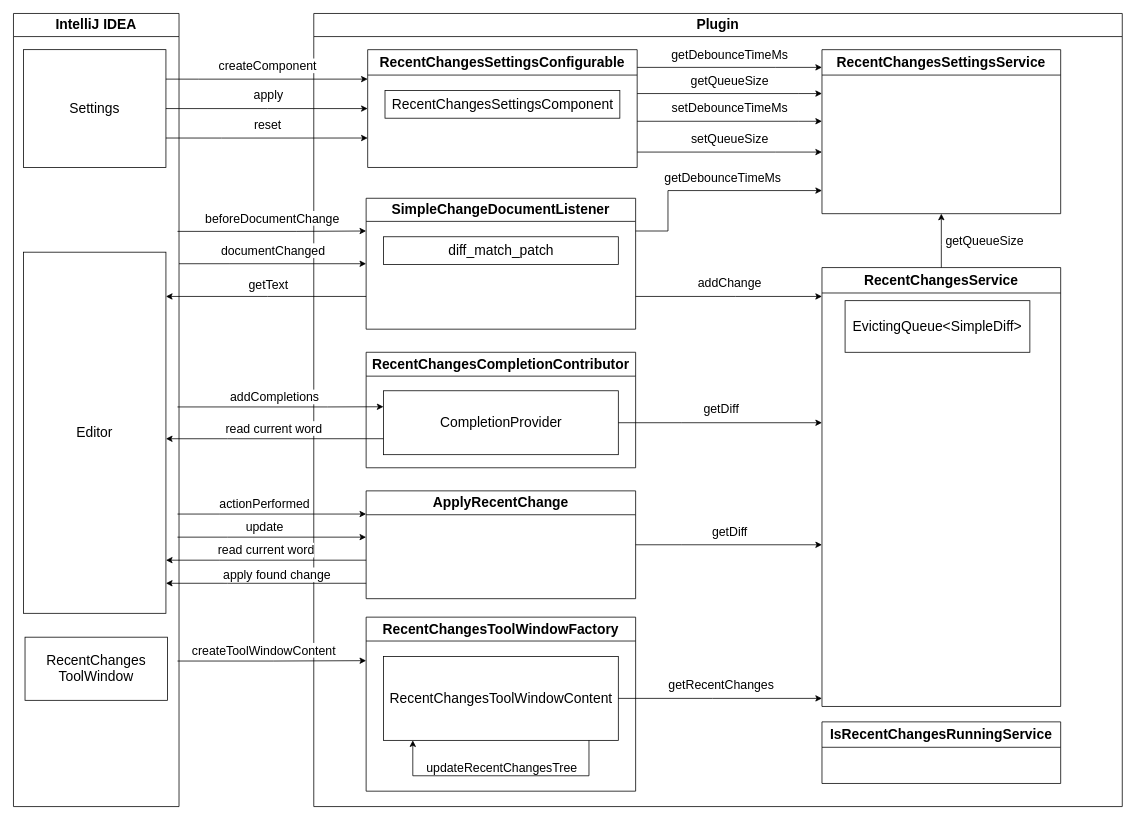
pseiringer/PluginComarison keeps this draw.io diagram as page "Full" (1 of 8) of 01_Data/Diagrams/PluginArchitecture/05_IntelliJDesign.drawio. Above is the earlier version. Source tidied: cells renumbered, new cells numbered last; positions are measured from the earlier drawing's top-left corner, leaving out a move shared by most shapes. Both pictures are drawn from the tidied source at 77%, with x=0, y=0 at pixel (13, 13).
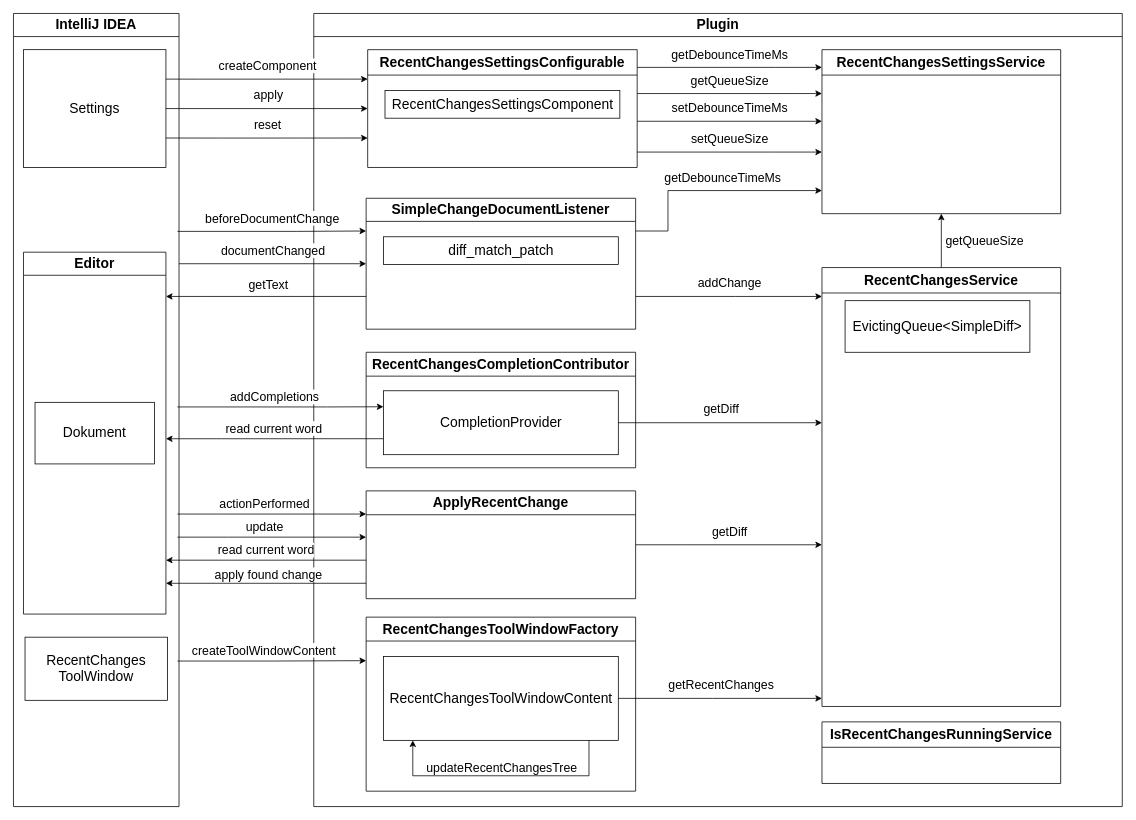
The same diagram, later.

Unchanged cells that the change refers to:
```xml
<mxCell id="2" value="IntelliJ IDEA" style="swimlane;whiteSpace=wrap;html=1;fontSize=18;startSize=30;" parent="1" vertex="1">
  <mxGeometry width="215" height="1030" as="geometry" />
</mxCell>
<mxCell id="9" value="SimpleChangeDocumentListener" style="swimlane;whiteSpace=wrap;html=1;fontSize=18;startSize=30;" parent="6" vertex="1">
  <mxGeometry x="68" y="240" width="350" height="170" as="geometry" />
</mxCell>
<mxCell id="12" value="CompletionProvider" style="rounded=0;whiteSpace=wrap;html=1;fontSize=18;" parent="11" vertex="1">
  <mxGeometry x="22.5" y="50" width="305" height="83" as="geometry" />
</mxCell>
<mxCell id="13" value="ApplyRecentChange" style="swimlane;whiteSpace=wrap;html=1;fontSize=18;startSize=31;" parent="6" vertex="1">
  <mxGeometry x="68" y="620" width="350" height="140" as="geometry" />
</mxCell>
```

Change to the diagram source:
```diff
@@
-    <mxCell id="3" value="Editor" style="rounded=0;whiteSpace=wrap;html=1;fontSize=18;" parent="2" vertex="1">
-      <mxGeometry x="13" y="310" width="185" height="469" as="geometry" />
-    </mxCell>
@@
+    <mxCell id="3" value="Editor" style="swimlane;whiteSpace=wrap;html=1;fontSize=18;startSize=30;" parent="2" vertex="1">
+      <mxGeometry x="13" y="310" width="185" height="470" as="geometry" />
+    </mxCell>
+    <mxCell id="68" value="Dokument" style="rounded=0;whiteSpace=wrap;html=1;fontSize=18;" parent="3" vertex="1">
+      <mxGeometry x="15" y="195" width="155" height="80" as="geometry" />
+    </mxCell>
@@
     <mxCell id="48" style="edgeStyle=orthogonalEdgeStyle;rounded=0;jettySize=auto;html=1;exitX=0;exitY=0.75;exitDx=0;exitDy=0;" parent="1" edge="1" source="12" target="3">
       <mxGeometry relative="1" as="geometry">
         <Array as="points">
-          <mxPoint x="278" y="552" />
-          <mxPoint x="278" y="552" />
+          <mxPoint x="270" y="552" />
+          <mxPoint x="270" y="552" />
         </Array>
       </mxGeometry>
     </mxCell>
@@
     <mxCell id="54" style="edgeStyle=orthogonalEdgeStyle;rounded=0;jettySize=auto;html=1;" parent="1" edge="1" source="13" target="3">
       <mxGeometry relative="1" as="geometry">
         <Array as="points">
-          <mxPoint x="268" y="710" />
-          <mxPoint x="268" y="710" />
+          <mxPoint x="280" y="710" />
+          <mxPoint x="280" y="710" />
         </Array>
       </mxGeometry>
     </mxCell>
@@
     <mxCell id="56" style="endArrow=classic;html=1;rounded=0;edgeStyle=orthogonalEdgeStyle;" parent="1" edge="1" source="13" target="3">
       <mxGeometry relative="1" as="geometry">
         <Array as="points">
-          <mxPoint x="278" y="740" />
-          <mxPoint x="278" y="740" />
+          <mxPoint x="280" y="740" />
+          <mxPoint x="280" y="740" />
         </Array>
       </mxGeometry>
     </mxCell>
     <mxCell id="57" value="apply found change" style="edgeLabel;html=1;align=center;verticalAlign=middle;fontSize=16;" parent="56" vertex="1">
       <mxGeometry x="-0.24" relative="1" as="geometry">
-        <mxPoint x="-18" y="-12" as="offset" />
+        <mxPoint x="-29" y="-12" as="offset" />
       </mxGeometry>
     </mxCell>
@@
     <mxCell id="66" style="edgeStyle=orthogonalEdgeStyle;rounded=0;jettySize=auto;html=1;exitX=0;exitY=0.75;exitDx=0;exitDy=0;" parent="1" edge="1" source="9" target="3">
       <mxGeometry relative="1" as="geometry">
         <Array as="points">
-          <mxPoint x="330" y="368" />
-          <mxPoint x="330" y="368" />
+          <mxPoint x="250" y="367" />
+          <mxPoint x="250" y="367" />
         </Array>
       </mxGeometry>
     </mxCell>
```
